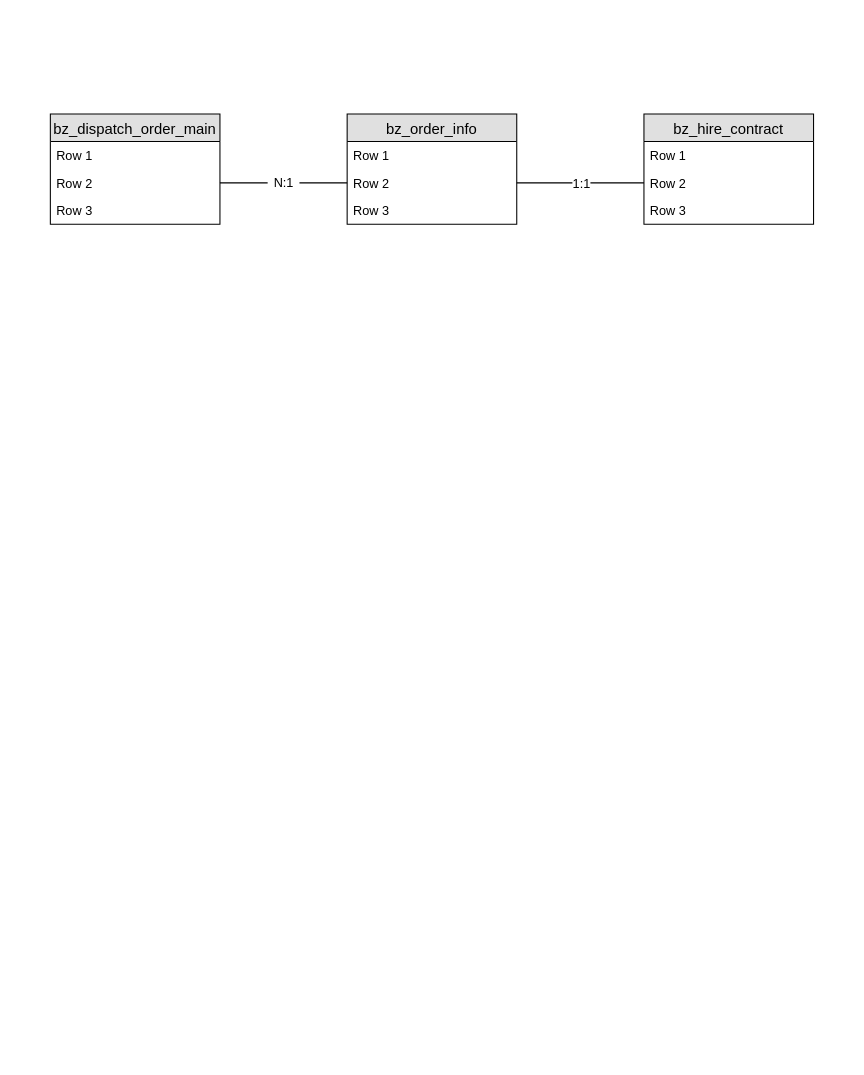
This is db2es.drawio from alice45/x, a draw.io file, before an edit. Source tidied: cells renumbered, new cells numbered last; positions are measured from the earlier drawing's top-left corner, leaving out a move shared by most shapes. Both pictures are drawn from the tidied source at 106%, with x=0, y=0 at pixel (50, 113).
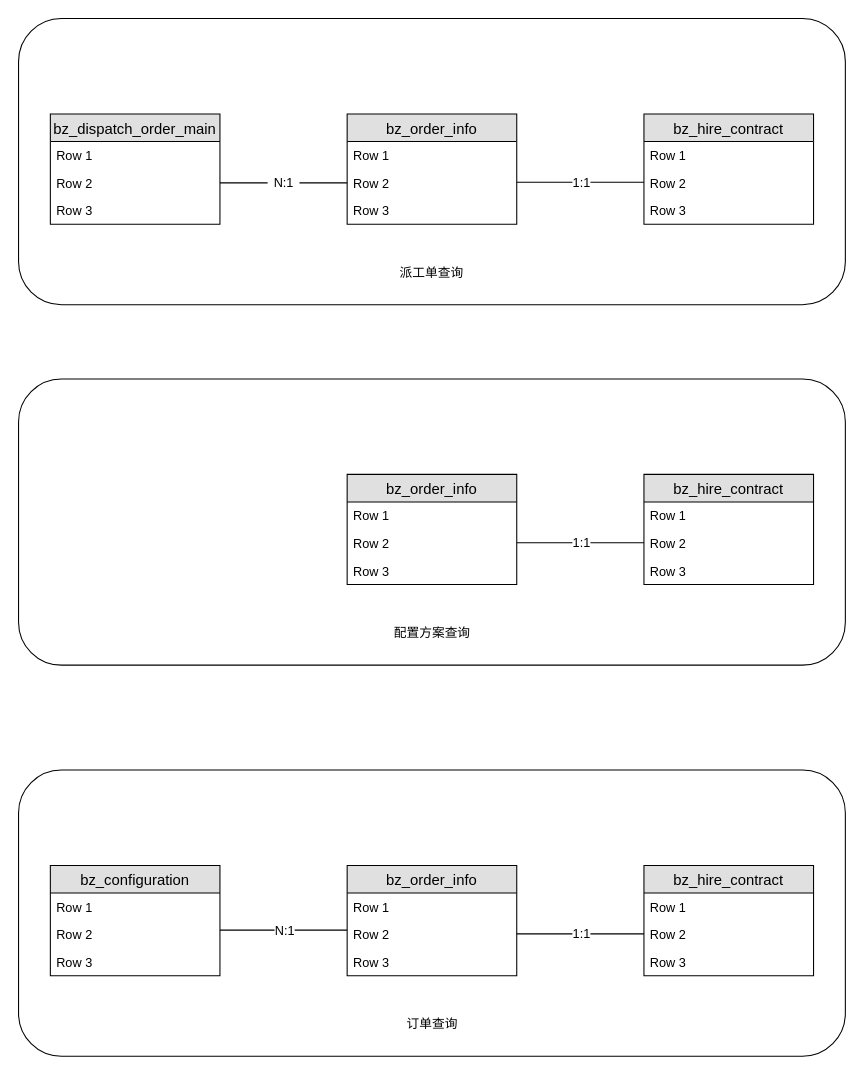
The same diagram, later.

The change refers to these unchanged cells:
```xml
<mxCell id="4" value="Row 2" style="text;strokeColor=none;fillColor=none;spacingLeft=4;spacingRight=4;overflow=hidden;points=[[0,0.5],[1,0.5]];portConstraint=eastwest;fontSize=12;" parent="2" vertex="1">
  <mxGeometry y="52" width="160" height="26" as="geometry" />
</mxCell>
<mxCell id="8" value="Row 2" style="text;strokeColor=none;fillColor=none;spacingLeft=4;spacingRight=4;overflow=hidden;points=[[0,0.5],[1,0.5]];portConstraint=eastwest;fontSize=12;" parent="6" vertex="1">
  <mxGeometry y="52" width="160" height="26" as="geometry" />
</mxCell>
```

Change to the diagram source:
```diff
@@
+    <mxCell id="19" style="rounded=1;whiteSpace=wrap;html=1;" parent="1" vertex="1">
+      <mxGeometry x="-30" y="-90" width="780" height="270" as="geometry" />
+    </mxCell>
@@
-    <mxCell id="14" style="endArrow=none;html=1;rounded=0;entryX=0;entryY=0.5;entryDx=0;entryDy=0;exitX=1;exitY=0.5;exitDx=0;exitDy=0;" parent="1" edge="1" source="4" target="8">
-      <mxGeometry relative="1" as="geometry" />
+    <mxCell id="14" style="endArrow=none;html=1;rounded=0;entryX=0;entryY=0.5;entryDx=0;entryDy=0;exitX=1;exitY=0.5;exitDx=0;exitDy=0;" parent="1" edge="1">
+      <mxGeometry relative="1" as="geometry">
+        <mxPoint x="440" y="64.5" as="sourcePoint" />
+        <mxPoint x="560" y="64.5" as="targetPoint" />
+      </mxGeometry>
     </mxCell>
@@
+    <mxCell id="20" value="派工单查询" style="text;html=1;strokeColor=none;fillColor=none;align=center;verticalAlign=middle;whiteSpace=wrap;rounded=0;" parent="1" vertex="1">
+      <mxGeometry x="325" y="140" width="70" height="20" as="geometry" />
+    </mxCell>
+    <mxCell id="21" style="rounded=1;whiteSpace=wrap;html=1;" parent="1" vertex="1">
+      <mxGeometry x="-30" y="250" width="780" height="270" as="geometry" />
+    </mxCell>
+    <mxCell id="22" value="bz_order_info" style="swimlane;fontStyle=0;horizontal=1;startSize=26;fillColor=#e0e0e0;swimlaneFillColor=#ffffff;align=center;fontSize=14;" parent="1" vertex="1">
+      <mxGeometry x="280" y="340" width="160" height="104" as="geometry" />
+    </mxCell>
+    <mxCell id="23" value="Row 1" style="text;strokeColor=none;fillColor=none;spacingLeft=4;spacingRight=4;overflow=hidden;fontSize=12;" parent="22" vertex="1">
+      <mxGeometry y="26" width="160" height="26" as="geometry" />
+    </mxCell>
+    <mxCell id="24" value="Row 2" style="text;strokeColor=none;fillColor=none;spacingLeft=4;spacingRight=4;overflow=hidden;fontSize=12;" parent="22" vertex="1">
+      <mxGeometry y="52" width="160" height="26" as="geometry" />
+    </mxCell>
+    <mxCell id="25" value="Row 3" style="text;strokeColor=none;fillColor=none;spacingLeft=4;spacingRight=4;overflow=hidden;fontSize=12;" parent="22" vertex="1">
+      <mxGeometry y="78" width="160" height="26" as="geometry" />
+    </mxCell>
+    <mxCell id="26" value="bz_hire_contract" style="swimlane;fontStyle=0;horizontal=1;startSize=26;fillColor=#e0e0e0;swimlaneFillColor=#ffffff;align=center;fontSize=14;" parent="1" vertex="1">
+      <mxGeometry x="560" y="340" width="160" height="104" as="geometry" />
+    </mxCell>
+    <mxCell id="27" value="Row 1" style="text;strokeColor=none;fillColor=none;spacingLeft=4;spacingRight=4;overflow=hidden;fontSize=12;" parent="26" vertex="1">
+      <mxGeometry y="26" width="160" height="26" as="geometry" />
+    </mxCell>
+    <mxCell id="28" value="Row 2" style="text;strokeColor=none;fillColor=none;spacingLeft=4;spacingRight=4;overflow=hidden;fontSize=12;" parent="26" vertex="1">
+      <mxGeometry y="52" width="160" height="26" as="geometry" />
+    </mxCell>
+    <mxCell id="29" value="Row 3" style="text;strokeColor=none;fillColor=none;spacingLeft=4;spacingRight=4;overflow=hidden;fontSize=12;" parent="26" vertex="1">
+      <mxGeometry y="78" width="160" height="26" as="geometry" />
+    </mxCell>
+    <mxCell id="30" style="endArrow=none;html=1;rounded=0;entryX=0;entryY=0.5;entryDx=0;entryDy=0;exitX=1;exitY=0.5;exitDx=0;exitDy=0;" parent="1" edge="1">
+      <mxGeometry relative="1" as="geometry">
+        <mxPoint x="440" y="404.5" as="sourcePoint" />
+        <mxPoint x="560" y="404.5" as="targetPoint" />
+      </mxGeometry>
+    </mxCell>
+    <mxCell id="31" value="1:1" style="text;html=1;align=center;verticalAlign=middle;labelBackgroundColor=#ffffff;" parent="30" vertex="1">
+      <mxGeometry x="0.52" relative="1" as="geometry">
+        <mxPoint x="-31" as="offset" />
+      </mxGeometry>
+    </mxCell>
+    <mxCell id="32" value="配置方案查询" style="text;html=1;strokeColor=none;fillColor=none;align=center;verticalAlign=middle;whiteSpace=wrap;rounded=0;" parent="1" vertex="1">
+      <mxGeometry x="317.5" y="480" width="85" height="20" as="geometry" />
+    </mxCell>
+    <mxCell id="33" style="rounded=1;whiteSpace=wrap;html=1;" parent="1" vertex="1">
+      <mxGeometry x="-30" y="619" width="780" height="270" as="geometry" />
+    </mxCell>
+    <mxCell id="34" value="bz_order_info" style="swimlane;fontStyle=0;horizontal=1;startSize=26;fillColor=#e0e0e0;swimlaneFillColor=#ffffff;align=center;fontSize=14;" parent="1" vertex="1">
+      <mxGeometry x="280" y="709" width="160" height="104" as="geometry" />
+    </mxCell>
+    <mxCell id="35" value="Row 1" style="text;strokeColor=none;fillColor=none;spacingLeft=4;spacingRight=4;overflow=hidden;fontSize=12;" parent="34" vertex="1">
+      <mxGeometry y="26" width="160" height="26" as="geometry" />
+    </mxCell>
+    <mxCell id="36" value="Row 2" style="text;strokeColor=none;fillColor=none;spacingLeft=4;spacingRight=4;overflow=hidden;fontSize=12;" parent="34" vertex="1">
+      <mxGeometry y="52" width="160" height="26" as="geometry" />
+    </mxCell>
+    <mxCell id="37" value="Row 3" style="text;strokeColor=none;fillColor=none;spacingLeft=4;spacingRight=4;overflow=hidden;fontSize=12;" parent="34" vertex="1">
+      <mxGeometry y="78" width="160" height="26" as="geometry" />
+    </mxCell>
+    <mxCell id="38" value="bz_hire_contract" style="swimlane;fontStyle=0;horizontal=1;startSize=26;fillColor=#e0e0e0;swimlaneFillColor=#ffffff;align=center;fontSize=14;" parent="1" vertex="1">
+      <mxGeometry x="560" y="709" width="160" height="104" as="geometry" />
+    </mxCell>
+    <mxCell id="39" value="Row 1" style="text;strokeColor=none;fillColor=none;spacingLeft=4;spacingRight=4;overflow=hidden;fontSize=12;" parent="38" vertex="1">
+      <mxGeometry y="26" width="160" height="26" as="geometry" />
+    </mxCell>
+    <mxCell id="40" value="Row 2" style="text;strokeColor=none;fillColor=none;spacingLeft=4;spacingRight=4;overflow=hidden;fontSize=12;" parent="38" vertex="1">
+      <mxGeometry y="52" width="160" height="26" as="geometry" />
+    </mxCell>
+    <mxCell id="41" value="Row 3" style="text;strokeColor=none;fillColor=none;spacingLeft=4;spacingRight=4;overflow=hidden;fontSize=12;" parent="38" vertex="1">
+      <mxGeometry y="78" width="160" height="26" as="geometry" />
+    </mxCell>
+    <mxCell id="42" style="endArrow=none;html=1;rounded=0;entryX=0;entryY=0.5;entryDx=0;entryDy=0;exitX=1;exitY=0.5;exitDx=0;exitDy=0;" parent="1" edge="1">
+      <mxGeometry relative="1" as="geometry">
+        <mxPoint x="440" y="773.5" as="sourcePoint" />
+        <mxPoint x="560" y="773.5" as="targetPoint" />
+      </mxGeometry>
+    </mxCell>
+    <mxCell id="43" value="1:1" style="text;html=1;align=center;verticalAlign=middle;labelBackgroundColor=#ffffff;" parent="42" vertex="1">
+      <mxGeometry x="0.52" relative="1" as="geometry">
+        <mxPoint x="-31" as="offset" />
+      </mxGeometry>
+    </mxCell>
+    <mxCell id="44" value="订单查询" style="text;html=1;strokeColor=none;fillColor=none;align=center;verticalAlign=middle;whiteSpace=wrap;rounded=0;" parent="1" vertex="1">
+      <mxGeometry x="317.5" y="849" width="85" height="20" as="geometry" />
+    </mxCell>
+    <mxCell id="45" value="bz_configuration" style="swimlane;fontStyle=0;horizontal=1;startSize=26;fillColor=#e0e0e0;swimlaneFillColor=#ffffff;align=center;fontSize=14;" parent="1" vertex="1">
+      <mxGeometry y="709" width="160" height="104" as="geometry" />
+    </mxCell>
+    <mxCell id="46" value="Row 1" style="text;strokeColor=none;fillColor=none;spacingLeft=4;spacingRight=4;overflow=hidden;fontSize=12;" parent="45" vertex="1">
+      <mxGeometry y="26" width="160" height="26" as="geometry" />
+    </mxCell>
+    <mxCell id="47" value="Row 2" style="text;strokeColor=none;fillColor=none;spacingLeft=4;spacingRight=4;overflow=hidden;fontSize=12;" parent="45" vertex="1">
+      <mxGeometry y="52" width="160" height="26" as="geometry" />
+    </mxCell>
+    <mxCell id="48" value="Row 3" style="text;strokeColor=none;fillColor=none;spacingLeft=4;spacingRight=4;overflow=hidden;fontSize=12;" parent="45" vertex="1">
+      <mxGeometry y="78" width="160" height="26" as="geometry" />
+    </mxCell>
+    <mxCell id="49" style="endArrow=none;html=1;rounded=0;entryX=0;entryY=0.5;entryDx=0;entryDy=0;exitX=1;exitY=0.5;exitDx=0;exitDy=0;" parent="1" edge="1">
+      <mxGeometry relative="1" as="geometry">
+        <mxPoint x="160" y="770" as="sourcePoint" />
+        <mxPoint x="280" y="770" as="targetPoint" />
+      </mxGeometry>
+    </mxCell>
+    <mxCell id="50" value="N:1" style="text;html=1;align=center;verticalAlign=middle;labelBackgroundColor=#ffffff;" parent="49" vertex="1">
+      <mxGeometry x="0.52" relative="1" as="geometry">
+        <mxPoint x="-31" as="offset" />
+      </mxGeometry>
+    </mxCell>
```
